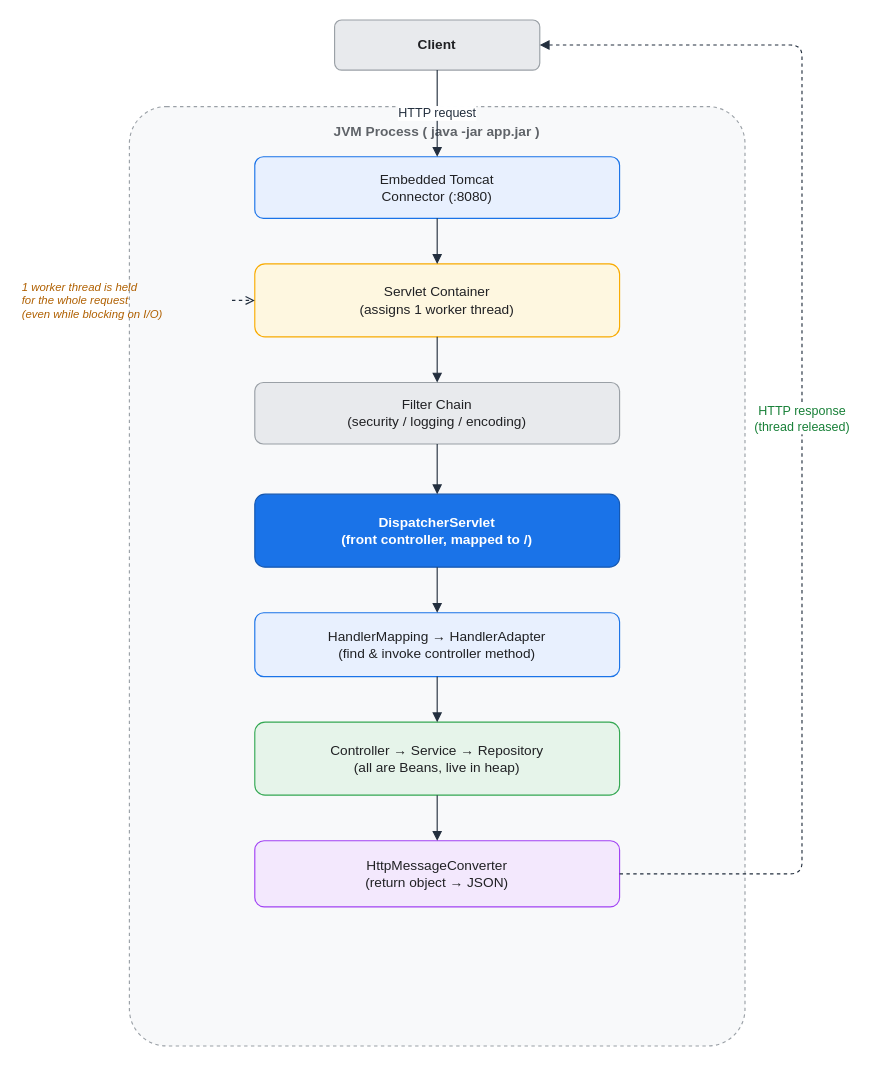
Earlier version of the draw.io diagram assets/img/spring/spring-01-request-flow.drawio (KKamJi98/kkamji98.github.io). Source tidied: cells renumbered, new cells numbered last; positions are measured from the earlier drawing's top-left corner, leaving out a move shared by most shapes. Both pictures are drawn from the tidied source at 114%, with x=0, y=0 at pixel (19, 19).
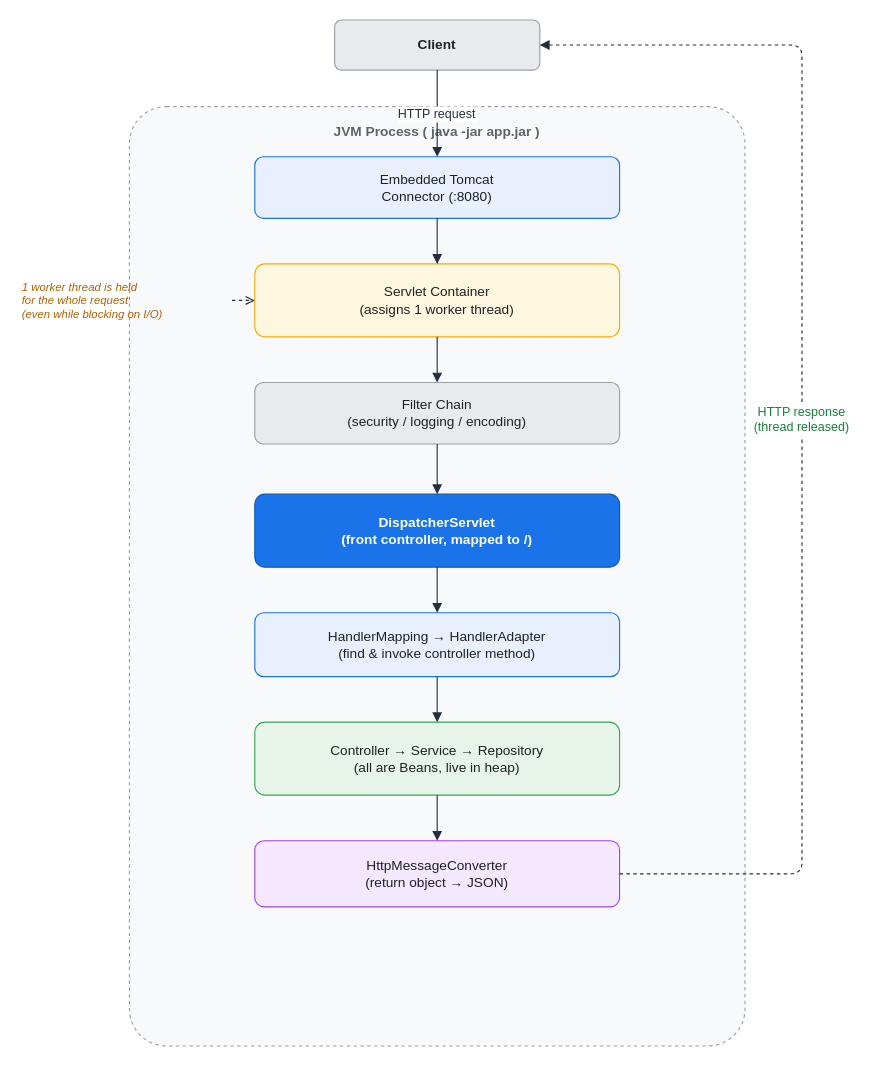
The same page after the edit.

Unchanged cells that the change refers to:
```xml
<mxCell id="3" value="Client" style="rounded=1;whiteSpace=wrap;html=1;arcSize=14;shadow=0;fillColor=#E8EAED;strokeColor=#9AA0A6;fontColor=#202124;fontStyle=1;" parent="1" vertex="1">
  <mxGeometry x="276" width="180" height="44" as="geometry" />
</mxCell>
<mxCell id="4" value="Embedded Tomcat&#10;Connector (:8080)" style="rounded=1;whiteSpace=wrap;html=1;arcSize=14;shadow=0;fillColor=#E8F0FE;strokeColor=#1A73E8;fontColor=#202124;" parent="1" vertex="1">
  <mxGeometry x="206" y="120" width="320" height="54" as="geometry" />
</mxCell>
<mxCell id="10" value="HttpMessageConverter&#10;(return object → JSON)" style="rounded=1;whiteSpace=wrap;html=1;arcSize=14;shadow=0;fillColor=#F3E8FD;strokeColor=#A142F4;fontColor=#202124;" parent="1" vertex="1">
  <mxGeometry x="206" y="720" width="320" height="58" as="geometry" />
</mxCell>
```

What changed in the source:
```diff
@@
-    <mxCell id="12" value="HTTP request" style="edgeStyle=orthogonalEdgeStyle;rounded=1;html=1;fontColor=#232F3E;strokeColor=#232F3E;labelBackgroundColor=#FFFFFF;endArrow=block;exitX=0.5;exitY=1;exitDx=0;exitDy=0;entryX=0.5;entryY=0;entryDx=0;entryDy=0;" parent="1" edge="1" source="3" target="4">
+    <mxCell id="12" value="HTTP request" style="edgeStyle=orthogonalEdgeStyle;rounded=1;html=0;fontColor=#232F3E;strokeColor=#232F3E;labelBackgroundColor=#FFFFFF;endArrow=block;exitX=0.5;exitY=1;exitDx=0;exitDy=0;entryX=0.5;entryY=0;entryDx=0;entryDy=0;" parent="1" edge="1" source="3" target="4">
       <mxGeometry relative="1" as="geometry" />
     </mxCell>
@@
-    <mxCell id="19" value="HTTP response&#10;(thread released)" style="edgeStyle=orthogonalEdgeStyle;rounded=1;html=1;dashed=1;fontColor=#188038;strokeColor=#232F3E;labelBackgroundColor=#FFFFFF;endArrow=block;exitX=1;exitY=0.5;exitDx=0;exitDy=0;entryX=1;entryY=0.5;entryDx=0;entryDy=0;" parent="1" edge="1" source="10" target="3">
+    <mxCell id="19" value="HTTP response&#10;(thread released)" style="edgeStyle=orthogonalEdgeStyle;rounded=1;html=0;dashed=1;fontColor=#188038;strokeColor=#232F3E;labelBackgroundColor=#FFFFFF;endArrow=block;exitX=1;exitY=0.5;exitDx=0;exitDy=0;entryX=1;entryY=0.5;entryDx=0;entryDy=0;" parent="1" edge="1" source="10" target="3">
       <mxGeometry relative="1" as="geometry">
         <Array as="points">
           <mxPoint x="686" y="749" />
           <mxPoint x="686" y="22" />
         </Array>
       </mxGeometry>
     </mxCell>
```
